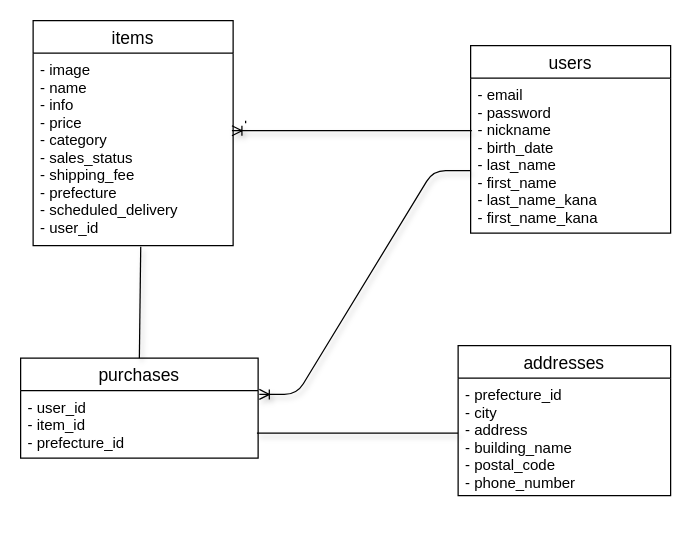
The draw.io diagram furima.dio in keita0667/furima-29570, before the edit. Source tidied: cells renumbered, new cells numbered last; positions are measured from the earlier drawing's top-left corner, leaving out a move shared by most shapes. Both pictures are drawn from the tidied source at 125%, with x=0, y=0 at pixel (20, 20).
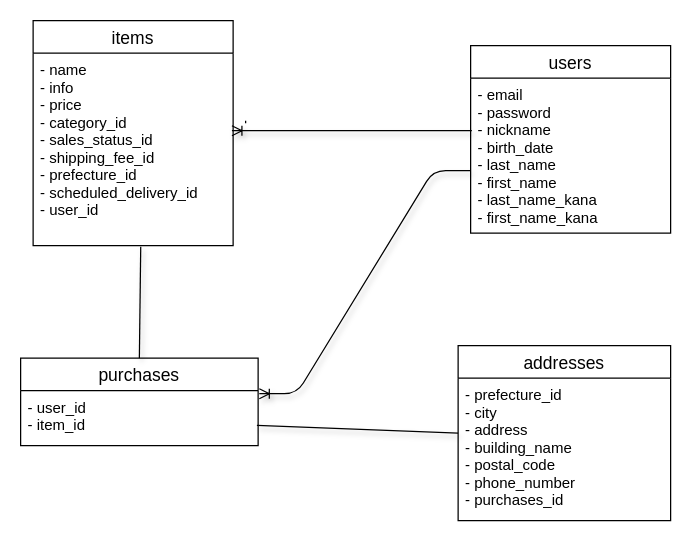
Above is the later version.

Change to the diagram source:
```diff
@@
 <mxGraphModel>
   <root>
     <mxCell id="0" />
     <mxCell id="1" parent="0" />
     <mxCell id="2" value="users" style="swimlane;fontStyle=0;horizontal=1;startSize=26;align=center;fontSize=14;" parent="1" vertex="1">
       <mxGeometry x="360" y="20" width="160" height="150" as="geometry" />
     </mxCell>
     <mxCell id="3" value="- email&#10;- password&#10;- nickname&#10;- birth_date&#10;- last_name&#10;- first_name&#10;- last_name_kana&#10;- first_name_kana" style="text;strokeColor=none;fillColor=none;spacingLeft=4;spacingRight=4;overflow=hidden;points=[[0,0.5],[1,0.5]];portConstraint=eastwest;fontSize=12;" parent="2" vertex="1">
       <mxGeometry y="26" width="160" height="124" as="geometry" />
     </mxCell>
     <mxCell id="4" value="items" style="swimlane;fontStyle=0;horizontal=1;startSize=26;align=center;fontSize=14;" parent="1" vertex="1">
       <mxGeometry x="10" width="160" height="180" as="geometry" />
     </mxCell>
-    <mxCell id="5" value="- image&#10;- name&#10;- info&#10;- price&#10;- category&#10;- sales_status&#10;- shipping_fee&#10;- prefecture&#10;- scheduled_delivery&#10;- user_id" style="text;strokeColor=none;fillColor=none;spacingLeft=4;spacingRight=4;overflow=hidden;points=[[0,0.5],[1,0.5]];portConstraint=eastwest;fontSize=12;" parent="4" vertex="1">
+    <mxCell id="5" value="- name&#10;- info&#10;- price&#10;- category_id&#10;- sales_status_id&#10;- shipping_fee_id&#10;- prefecture_id&#10;- scheduled_delivery_id&#10;- user_id" style="text;strokeColor=none;fillColor=none;spacingLeft=4;spacingRight=4;overflow=hidden;points=[[0,0.5],[1,0.5]];portConstraint=eastwest;fontSize=12;" parent="4" vertex="1">
       <mxGeometry y="26" width="160" height="154" as="geometry" />
     </mxCell>
     <mxCell id="6" value="purchases" style="swimlane;fontStyle=0;horizontal=1;startSize=26;align=center;fontSize=14;" parent="1" vertex="1">
-      <mxGeometry y="270" width="190" height="80" as="geometry" />
+      <mxGeometry y="270" width="190" height="70" as="geometry" />
     </mxCell>
-    <mxCell id="7" value="- user_id&#10;- item_id&#10;- prefecture_id" style="text;strokeColor=none;fillColor=none;spacingLeft=4;spacingRight=4;overflow=hidden;points=[[0,0.5],[1,0.5]];portConstraint=eastwest;fontSize=12;" parent="6" vertex="1">
-      <mxGeometry y="26" width="190" height="54" as="geometry" />
+    <mxCell id="7" value="- user_id&#10;- item_id" style="text;strokeColor=none;fillColor=none;spacingLeft=4;spacingRight=4;overflow=hidden;points=[[0,0.5],[1,0.5]];portConstraint=eastwest;fontSize=12;" parent="6" vertex="1">
+      <mxGeometry y="26" width="190" height="44" as="geometry" />
     </mxCell>
     <mxCell id="8" value="addresses" style="swimlane;fontStyle=0;horizontal=1;startSize=26;align=center;fontSize=14;" parent="1" vertex="1">
-      <mxGeometry x="350" y="260" width="170" height="120" as="geometry" />
+      <mxGeometry x="350" y="260" width="170" height="140" as="geometry" />
     </mxCell>
-    <mxCell id="9" value="- prefecture_id&#10;- city&#10;- address&#10;- building_name&#10;- postal_code&#10;- phone_number" style="text;strokeColor=none;fillColor=none;spacingLeft=4;spacingRight=4;overflow=hidden;fontSize=12;" parent="8" vertex="1">
-      <mxGeometry y="26" width="170" height="94" as="geometry" />
+    <mxCell id="9" value="- prefecture_id&#10;- city&#10;- address&#10;- building_name&#10;- postal_code&#10;- phone_number&#10;- purchases_id" style="text;strokeColor=none;fillColor=none;spacingLeft=4;spacingRight=4;overflow=hidden;fontSize=12;" parent="8" vertex="1">
+      <mxGeometry y="26" width="170" height="114" as="geometry" />
     </mxCell>
     <mxCell id="10" style="endArrow=none;html=1;rounded=0;entryX=0.5;entryY=0;entryDx=0;entryDy=0;" parent="1" edge="1">
       <mxGeometry relative="1" as="geometry">
         <mxPoint x="180" y="82" as="sourcePoint" />
         <mxPoint x="180" y="80" as="targetPoint" />
       </mxGeometry>
     </mxCell>
     <mxCell id="11" style="edgeStyle=entityRelationEdgeStyle;fontSize=12;html=1;endArrow=ERoneToMany;shadow=1;exitX=0.006;exitY=0.339;exitDx=0;exitDy=0;exitPerimeter=0;entryX=0.994;entryY=0.403;entryDx=0;entryDy=0;entryPerimeter=0;" parent="1" edge="1" source="3" target="5">
       <mxGeometry relative="1" as="geometry" />
     </mxCell>
     <mxCell id="12" style="endArrow=none;html=1;rounded=0;shadow=1;exitX=0.538;exitY=1.006;exitDx=0;exitDy=0;exitPerimeter=0;entryX=0.5;entryY=0;entryDx=0;entryDy=0;" parent="1" edge="1" source="5" target="6">
       <mxGeometry relative="1" as="geometry" />
     </mxCell>
     <mxCell id="13" style="endArrow=none;html=1;rounded=0;shadow=1;entryX=0.995;entryY=0.63;entryDx=0;entryDy=0;entryPerimeter=0;" parent="1" edge="1" target="7">
       <mxGeometry relative="1" as="geometry">
         <mxPoint x="350" y="330" as="sourcePoint" />
       </mxGeometry>
     </mxCell>
     <mxCell id="14" style="edgeStyle=entityRelationEdgeStyle;fontSize=12;html=1;endArrow=ERoneToMany;shadow=1;entryX=1.005;entryY=0.056;entryDx=0;entryDy=0;entryPerimeter=0;exitX=0;exitY=0.597;exitDx=0;exitDy=0;exitPerimeter=0;" parent="1" edge="1" source="3" target="7">
       <mxGeometry relative="1" as="geometry" />
     </mxCell>
   </root>
 </mxGraphModel>
```
